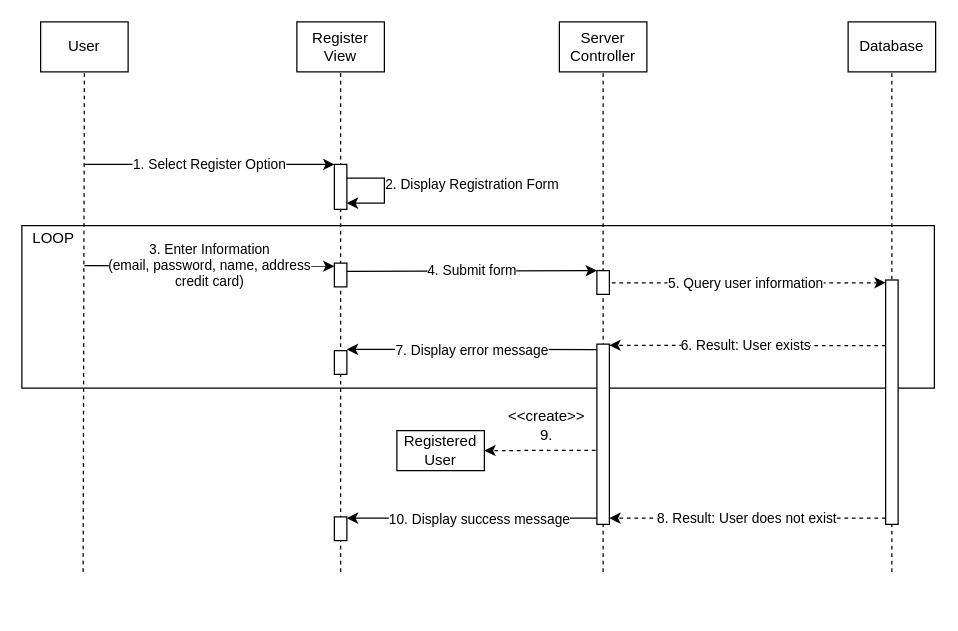
folkg/movie-ticket-reservation-app keeps this draw.io diagram as DesignDocuments/Diagrams/InteractionDiagrams/interaction_diagram_register.drawio. Above is the earlier version. Source tidied: cells renumbered, new cells numbered last; positions are measured from the earlier drawing's top-left corner, leaving out a move shared by most shapes. Both pictures are drawn from the tidied source at 125%, with x=0, y=0 at pixel (21, 21).
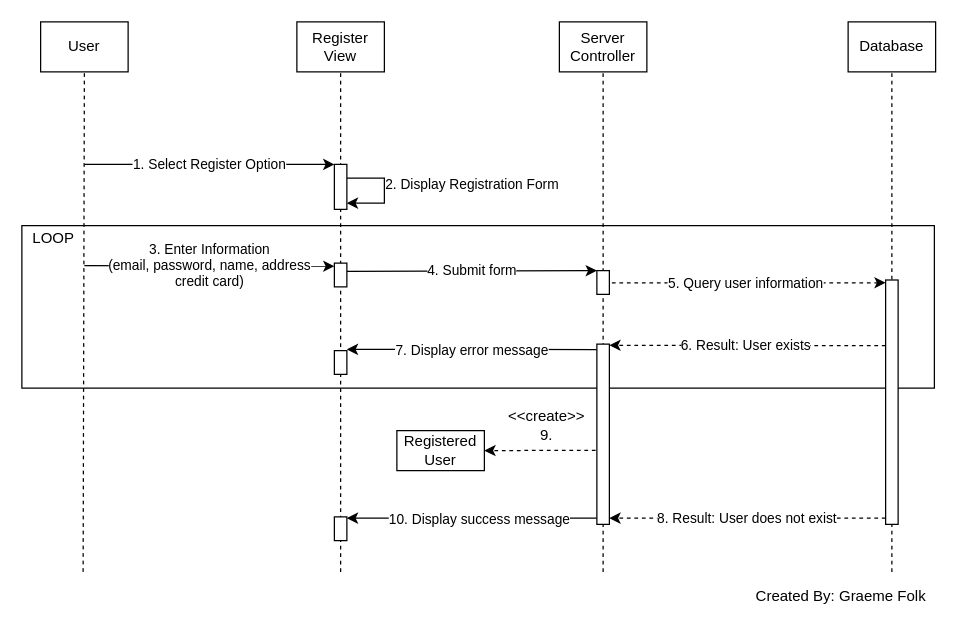
Above is the later version.

Commit message (it also covers changes not shown here):
Adding Graeme Credits

Change to the diagram source:
```diff
@@
+    <mxCell id="35" value="Created By: Graeme Folk" style="text;html=1;align=center;verticalAlign=middle;strokeColor=none;fillColor=none;" parent="1" vertex="1">
+      <mxGeometry x="580" y="450" width="150" height="20" as="geometry" />
+    </mxCell>
```
